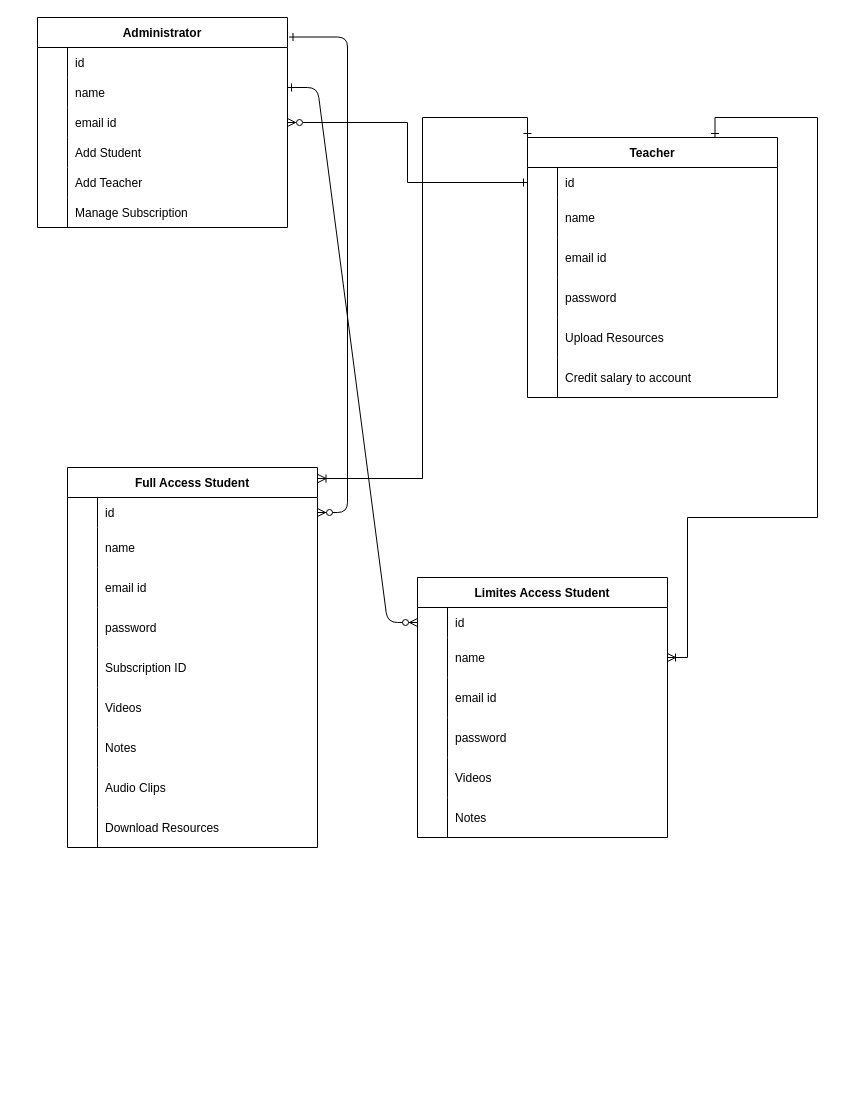
Before: ER Model of E-Learning App.drawio in CS-Krishna/Draw.io, a draw.io diagram. Source tidied: cells renumbered, new cells numbered last; positions are measured from the earlier drawing's top-left corner, leaving out a move shared by most shapes. Both pictures are drawn from the tidied source at 100%, with x=0, y=0 at pixel (17, 17).
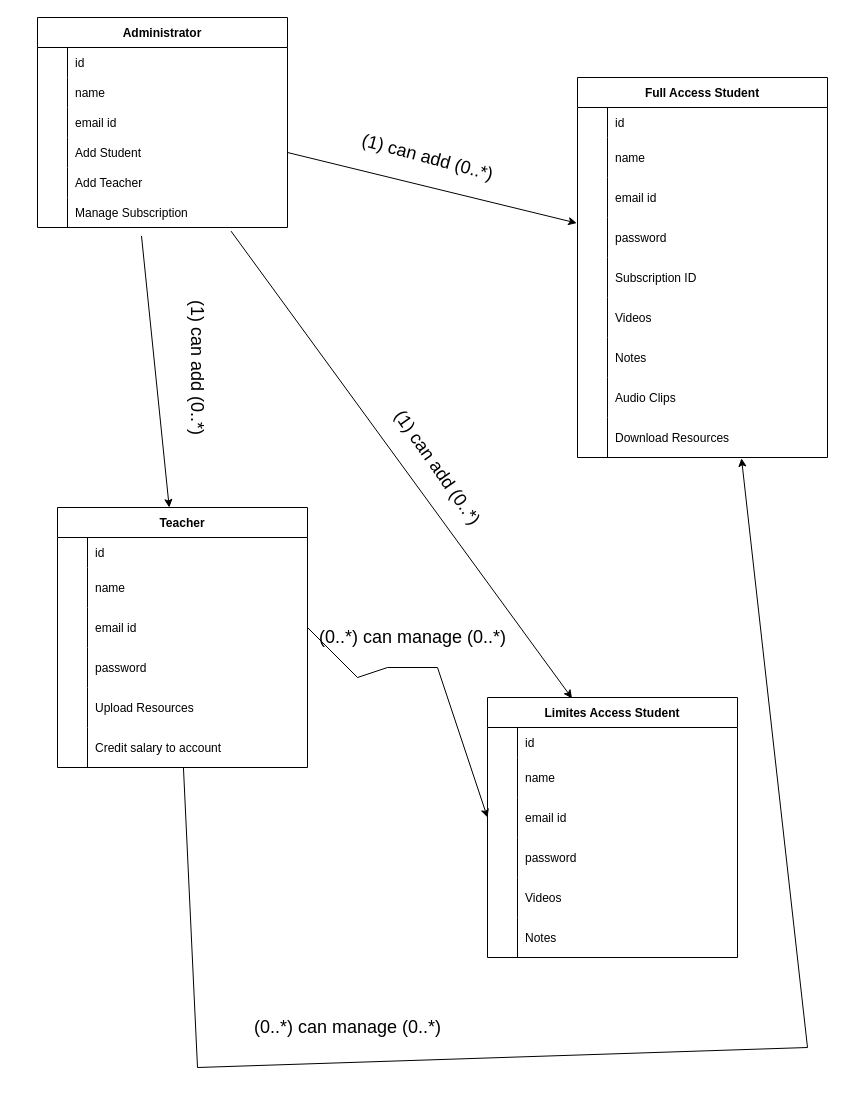
After the change.

The change refers to these unchanged cells:
```xml
<mxCell id="4" style="shape=partialRectangle;fillColor=none;points=[[0,0.5],[1,0.5]];portConstraint=eastwest;top=0;left=0;right=0;bottom=0;" parent="3" vertex="1">
  <mxGeometry y="30" width="250" height="30" as="geometry" />
</mxCell>
<mxCell id="13" style="shape=partialRectangle;fillColor=none;points=[[0,0.5],[1,0.5]];portConstraint=eastwest;top=0;left=0;right=0;bottom=0;" parent="3" vertex="1">
  <mxGeometry y="140" width="250" height="40" as="geometry" />
</mxCell>
<mxCell id="28" style="shape=partialRectangle;fillColor=none;points=[[0,0.5],[1,0.5]];portConstraint=eastwest;top=0;left=0;right=0;bottom=0;" parent="3" vertex="1">
  <mxGeometry y="340" width="250" height="40" as="geometry" />
</mxCell>
<mxCell id="31" value="Administrator" style="shape=table;startSize=30;childLayout=tableLayout;rowLines=0;fontStyle=1;align=center;" parent="1" vertex="1">
  <mxGeometry x="20" width="250" height="210" as="geometry" />
</mxCell>
<mxCell id="41" style="shape=partialRectangle;fillColor=none;points=[[0,0.5],[1,0.5]];portConstraint=eastwest;top=0;left=0;right=0;bottom=0;" parent="31" vertex="1">
  <mxGeometry y="120" width="250" height="30" as="geometry" />
</mxCell>
<mxCell id="47" style="shape=partialRectangle;fillColor=none;points=[[0,0.5],[1,0.5]];portConstraint=eastwest;top=0;left=0;right=0;bottom=0;" parent="31" vertex="1">
  <mxGeometry y="180" width="250" height="30" as="geometry" />
</mxCell>
<mxCell id="52" style="shape=partialRectangle;fillColor=none;points=[[0,0.5],[1,0.5]];portConstraint=eastwest;top=0;left=0;right=0;bottom=0;" parent="51" vertex="1">
  <mxGeometry y="30" width="250" height="30" as="geometry" />
</mxCell>
<mxCell id="55" style="shape=partialRectangle;fillColor=none;points=[[0,0.5],[1,0.5]];portConstraint=eastwest;top=0;left=0;right=0;bottom=0;" parent="51" vertex="1">
  <mxGeometry y="60" width="250" height="40" as="geometry" />
</mxCell>
<mxCell id="58" style="shape=partialRectangle;fillColor=none;points=[[0,0.5],[1,0.5]];portConstraint=eastwest;top=0;left=0;right=0;bottom=0;" parent="51" vertex="1">
  <mxGeometry y="100" width="250" height="40" as="geometry" />
</mxCell>
<mxCell id="73" style="shape=partialRectangle;fillColor=none;points=[[0,0.5],[1,0.5]];portConstraint=eastwest;top=0;left=0;right=0;bottom=0;" parent="72" vertex="1">
  <mxGeometry y="30" width="250" height="30" as="geometry" />
</mxCell>
<mxCell id="79" style="shape=partialRectangle;fillColor=none;points=[[0,0.5],[1,0.5]];portConstraint=eastwest;top=0;left=0;right=0;bottom=0;" parent="72" vertex="1">
  <mxGeometry y="100" width="250" height="40" as="geometry" />
</mxCell>
<mxCell id="88" style="shape=partialRectangle;fillColor=none;points=[[0,0.5],[1,0.5]];portConstraint=eastwest;top=0;left=0;right=0;bottom=0;" parent="72" vertex="1">
  <mxGeometry y="220" width="250" height="40" as="geometry" />
</mxCell>
```

What changed in the source:
```diff
@@
-    <mxCell id="2" style="edgeStyle=entityRelationEdgeStyle;endArrow=ERzeroToMany;startArrow=ERone;endFill=1;startFill=0;exitX=1.006;exitY=0.093;exitDx=0;exitDy=0;exitPerimeter=0;" parent="1" edge="1" source="31" target="4">
-      <mxGeometry relative="1" as="geometry" />
-    </mxCell>
     <mxCell id="3" value="Full Access Student" style="shape=table;startSize=30;childLayout=tableLayout;rowLines=0;fontStyle=1;align=center;" parent="1" vertex="1">
-      <mxGeometry x="50" y="450" width="250" height="380" as="geometry" />
+      <mxGeometry x="560" y="60" width="250" height="380" as="geometry" />
     </mxCell>
@@
     <mxCell id="51" value="Limites Access Student" style="shape=table;startSize=30;childLayout=tableLayout;rowLines=0;fontStyle=1;align=center;" parent="1" vertex="1">
-      <mxGeometry x="400" y="560" width="250" height="260" as="geometry" />
+      <mxGeometry x="470" y="680" width="250" height="260" as="geometry" />
     </mxCell>
@@
-    <mxCell id="70" style="edgeStyle=orthogonalEdgeStyle;rounded=0;jettySize=auto;html=1;exitX=0;exitY=0.5;exitDx=0;exitDy=0;endArrow=ERzeroToMany;endFill=0;startArrow=ERone;startFill=0;" parent="1" edge="1" source="73" target="31">
-      <mxGeometry relative="1" as="geometry" />
-    </mxCell>
-    <mxCell id="71" style="edgeStyle=orthogonalEdgeStyle;rounded=0;jettySize=auto;html=1;exitX=0.75;exitY=0;exitDx=0;exitDy=0;entryX=1;entryY=0.5;entryDx=0;entryDy=0;startArrow=ERone;startFill=0;endArrow=ERoneToMany;endFill=0;" parent="1" edge="1" source="72" target="55">
-      <mxGeometry relative="1" as="geometry">
-        <Array as="points">
-          <mxPoint x="698" y="100" />
-          <mxPoint x="800" y="100" />
-          <mxPoint x="800" y="500" />
-          <mxPoint x="670" y="500" />
-          <mxPoint x="670" y="640" />
-        </Array>
-      </mxGeometry>
-    </mxCell>
     <mxCell id="72" value="Teacher" style="shape=table;startSize=30;childLayout=tableLayout;rowLines=0;fontStyle=1;align=center;" parent="1" vertex="1">
-      <mxGeometry x="510" y="120" width="250" height="260" as="geometry" />
+      <mxGeometry x="40" y="490" width="250" height="260" as="geometry" />
     </mxCell>
@@
-    <mxCell id="91" style="edgeStyle=entityRelationEdgeStyle;endArrow=ERzeroToMany;startArrow=ERone;endFill=1;startFill=0;exitX=1.006;exitY=0.093;exitDx=0;exitDy=0;exitPerimeter=0;entryX=0;entryY=0.5;entryDx=0;entryDy=0;" parent="1" edge="1" target="52">
-      <mxGeometry relative="1" as="geometry">
-        <mxPoint x="270" y="70" as="sourcePoint" />
-      </mxGeometry>
-    </mxCell>
-    <mxCell id="92" style="edgeStyle=orthogonalEdgeStyle;rounded=0;jettySize=auto;html=1;exitX=0;exitY=0;exitDx=0;exitDy=0;entryX=1.002;entryY=0.029;entryDx=0;entryDy=0;entryPerimeter=0;startArrow=ERone;startFill=0;endArrow=ERoneToMany;endFill=0;" parent="1" edge="1" source="72" target="3">
-      <mxGeometry relative="1" as="geometry" />
-    </mxCell>
+    <mxCell id="93" style="endArrow=classic;html=1;rounded=0;exitX=0.416;exitY=1.28;exitDx=0;exitDy=0;exitPerimeter=0;" parent="1" edge="1" source="47" target="72">
+      <mxGeometry relative="1" as="geometry" />
+    </mxCell>
+    <mxCell id="94" value="&lt;font style=&quot;font-size: 18px;&quot;&gt;(1) can add (0..*)&lt;/font&gt;" style="text;html=1;align=center;verticalAlign=middle;strokeColor=none;fillColor=none;rotation=90;" parent="1" vertex="1">
+      <mxGeometry x="100" y="330" width="160" height="40" as="geometry" />
+    </mxCell>
+    <mxCell id="95" style="endArrow=classic;html=1;rounded=0;exitX=1;exitY=0.5;exitDx=0;exitDy=0;entryX=-0.003;entryY=0.14;entryDx=0;entryDy=0;entryPerimeter=0;" parent="1" edge="1" source="41" target="13">
+      <mxGeometry relative="1" as="geometry" />
+    </mxCell>
+    <mxCell id="96" style="endArrow=classic;html=1;rounded=0;exitX=0.774;exitY=1.12;exitDx=0;exitDy=0;exitPerimeter=0;entryX=0.338;entryY=0.003;entryDx=0;entryDy=0;entryPerimeter=0;" parent="1" edge="1" source="47" target="51">
+      <mxGeometry relative="1" as="geometry" />
+    </mxCell>
+    <mxCell id="97" value="&lt;font style=&quot;font-size: 18px;&quot;&gt;(1) can add (0..*)&lt;/font&gt;" style="text;html=1;align=center;verticalAlign=middle;strokeColor=none;fillColor=none;rotation=55;" parent="1" vertex="1">
+      <mxGeometry x="340" y="430" width="160" height="40" as="geometry" />
+    </mxCell>
+    <mxCell id="98" value="&lt;font style=&quot;font-size: 18px;&quot;&gt;(1) can add (0..*)&lt;/font&gt;" style="text;html=1;align=center;verticalAlign=middle;strokeColor=none;fillColor=none;rotation=15;" parent="1" vertex="1">
+      <mxGeometry x="330" y="120" width="160" height="40" as="geometry" />
+    </mxCell>
+    <mxCell id="99" style="endArrow=classic;html=1;rounded=0;entryX=0.656;entryY=1.02;entryDx=0;entryDy=0;entryPerimeter=0;" parent="1" edge="1" source="88" target="28">
+      <mxGeometry relative="1" as="geometry">
+        <Array as="points">
+          <mxPoint x="180" y="1050" />
+          <mxPoint x="790" y="1030" />
+        </Array>
+      </mxGeometry>
+    </mxCell>
+    <mxCell id="100" value="&lt;font style=&quot;font-size: 18px;&quot;&gt;(0..*) can manage (0..*)&lt;/font&gt;" style="text;html=1;align=center;verticalAlign=middle;strokeColor=none;fillColor=none;rotation=0;" parent="1" vertex="1">
+      <mxGeometry x="225" y="990" width="210" height="40" as="geometry" />
+    </mxCell>
+    <mxCell id="101" style="endArrow=classic;html=1;rounded=0;entryX=0;entryY=0.5;entryDx=0;entryDy=0;exitX=1;exitY=0.5;exitDx=0;exitDy=0;" parent="1" edge="1" source="79" target="58">
+      <mxGeometry relative="1" as="geometry">
+        <Array as="points">
+          <mxPoint x="340" y="660" />
+          <mxPoint x="370" y="650" />
+          <mxPoint x="420" y="650" />
+        </Array>
+      </mxGeometry>
+    </mxCell>
+    <mxCell id="102" value="&lt;font style=&quot;font-size: 18px;&quot;&gt;(0..*) can manage (0..*)&lt;/font&gt;" style="text;html=1;align=center;verticalAlign=middle;strokeColor=none;fillColor=none;rotation=0;" parent="1" vertex="1">
+      <mxGeometry x="290" y="600" width="210" height="40" as="geometry" />
+    </mxCell>
```
